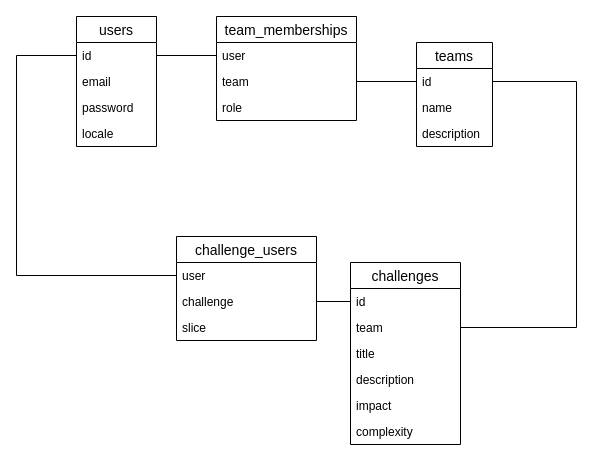
joaomelo/arc keeps this draw.io diagram as data.drawio. Above is the earlier version. Source tidied: cells renumbered, new cells numbered last; positions are measured from the earlier drawing's top-left corner, leaving out a move shared by most shapes. Both pictures are drawn from the tidied source at 100%, with x=0, y=0 at pixel (16, 16).
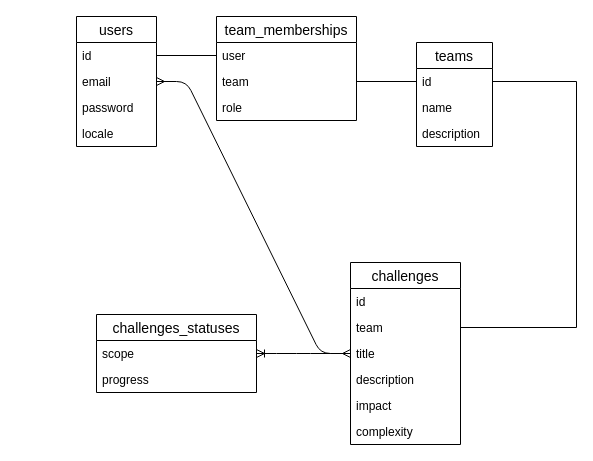
The same diagram, later.

Commit message (it also covers changes not shown here):
graphql now exposes team and user

Unchanged cells that the change refers to:
```xml
<mxCell id="8" value="users" style="swimlane;fontStyle=0;horizontal=1;startSize=26;align=center;fontSize=14;" parent="1" vertex="1">
  <mxGeometry x="60" width="80" height="130" as="geometry" />
</mxCell>
<mxCell id="9" value="id" style="text;strokeColor=none;fillColor=none;spacingLeft=4;spacingRight=4;overflow=hidden;points=[[0,0.5],[1,0.5]];portConstraint=eastwest;fontSize=12;" parent="8" vertex="1">
  <mxGeometry y="26" width="80" height="26" as="geometry" />
</mxCell>
<mxCell id="24" value="challenges" style="swimlane;fontStyle=0;horizontal=1;startSize=26;align=center;fontSize=14;" parent="1" vertex="1">
  <mxGeometry x="334" y="246" width="110" height="182" as="geometry" />
</mxCell>
<mxCell id="25" value="id" style="text;strokeColor=none;fillColor=none;spacingLeft=4;spacingRight=4;overflow=hidden;points=[[0,0.5],[1,0.5]];portConstraint=eastwest;fontSize=12;" parent="24" vertex="1">
  <mxGeometry y="26" width="110" height="26" as="geometry" />
</mxCell>
```

Change to the diagram source:
```diff
@@
-    <mxCell id="18" style="endArrow=none;html=1;rounded=0;entryX=0;entryY=0.5;entryDx=0;entryDy=0;exitX=0;exitY=0.5;exitDx=0;exitDy=0;" parent="1" edge="1" source="9" target="21">
-      <mxGeometry relative="1" as="geometry">
-        <Array as="points">
-          <mxPoint y="39" />
-          <mxPoint y="259" />
-        </Array>
-      </mxGeometry>
-    </mxCell>
-    <mxCell id="19" style="endArrow=none;html=1;rounded=0;exitX=1;exitY=0.5;exitDx=0;exitDy=0;entryX=0;entryY=0.5;entryDx=0;entryDy=0;" parent="1" edge="1" source="22" target="25">
-      <mxGeometry relative="1" as="geometry" />
-    </mxCell>
-    <mxCell id="20" value="challenge_users" style="swimlane;fontStyle=0;horizontal=1;startSize=26;align=center;fontSize=14;" parent="1" vertex="1">
-      <mxGeometry x="160" y="220" width="140" height="104" as="geometry" />
-    </mxCell>
-    <mxCell id="21" value="user" style="text;strokeColor=none;fillColor=none;spacingLeft=4;spacingRight=4;overflow=hidden;points=[[0,0.5],[1,0.5]];portConstraint=eastwest;fontSize=12;" parent="20" vertex="1">
-      <mxGeometry y="26" width="140" height="26" as="geometry" />
-    </mxCell>
-    <mxCell id="22" value="challenge" style="text;strokeColor=none;fillColor=none;spacingLeft=4;spacingRight=4;overflow=hidden;points=[[0,0.5],[1,0.5]];portConstraint=eastwest;fontSize=12;" parent="20" vertex="1">
-      <mxGeometry y="52" width="140" height="26" as="geometry" />
-    </mxCell>
-    <mxCell id="23" value="slice" style="text;strokeColor=none;fillColor=none;spacingLeft=4;spacingRight=4;overflow=hidden;fontSize=12;" parent="20" vertex="1">
-      <mxGeometry y="78" width="140" height="26" as="geometry" />
-    </mxCell>
@@
+    <mxCell id="31" style="edgeStyle=entityRelationEdgeStyle;fontSize=12;html=1;endArrow=ERmany;startArrow=ERmany;" parent="1" edge="1" source="8" target="24">
+      <mxGeometry relative="1" as="geometry" />
+    </mxCell>
+    <mxCell id="32" style="edgeStyle=entityRelationEdgeStyle;fontSize=12;html=1;endArrow=ERoneToMany;" parent="1" edge="1" source="24" target="33">
+      <mxGeometry relative="1" as="geometry" />
+    </mxCell>
+    <mxCell id="33" value="challenges_statuses" style="swimlane;fontStyle=0;horizontal=1;startSize=26;align=center;fontSize=14;" parent="1" vertex="1">
+      <mxGeometry x="80" y="298" width="160" height="78" as="geometry" />
+    </mxCell>
+    <mxCell id="34" value="scope" style="text;strokeColor=none;fillColor=none;spacingLeft=4;spacingRight=4;overflow=hidden;fontSize=12;" parent="33" vertex="1">
+      <mxGeometry y="26" width="160" height="26" as="geometry" />
+    </mxCell>
+    <mxCell id="35" value="progress" style="text;strokeColor=none;fillColor=none;spacingLeft=4;spacingRight=4;overflow=hidden;fontSize=12;" parent="33" vertex="1">
+      <mxGeometry y="52" width="160" height="26" as="geometry" />
+    </mxCell>
```
